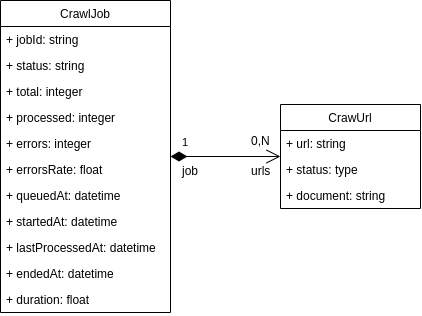
Earlier version of the draw.io export doc/uml-classes.png (Alahel/bulk-crawling). Source tidied: cells renumbered, new cells last; positions are measured from the earlier drawing's top-left corner, leaving out a move shared by most shapes. Source of this version:
```xml
<mxGraphModel>
  <root>
    <mxCell id="0" />
    <mxCell id="1" parent="0" />
    <mxCell id="2" value="CrawUrl" style="swimlane;fontStyle=0;horizontal=1;startSize=26;fillColor=none;" parent="1" vertex="1">
      <mxGeometry x="280" y="104" width="140" height="104" as="geometry" />
    </mxCell>
    <mxCell id="3" value="+ url: string" style="text;strokeColor=none;fillColor=none;align=left;verticalAlign=top;spacingLeft=4;spacingRight=4;overflow=hidden;" parent="2" vertex="1">
      <mxGeometry y="26" width="140" height="26" as="geometry" />
    </mxCell>
    <mxCell id="4" value="+ status: type" style="text;strokeColor=none;fillColor=none;align=left;verticalAlign=top;spacingLeft=4;spacingRight=4;overflow=hidden;" parent="2" vertex="1">
      <mxGeometry y="52" width="140" height="26" as="geometry" />
    </mxCell>
    <mxCell id="5" value="+ document: string" style="text;strokeColor=none;fillColor=none;align=left;verticalAlign=top;spacingLeft=4;spacingRight=4;overflow=hidden;" parent="2" vertex="1">
      <mxGeometry y="78" width="140" height="26" as="geometry" />
    </mxCell>
    <mxCell id="6" value="CrawlJob" style="swimlane;fontStyle=0;horizontal=1;startSize=26;fillColor=none;" parent="1" vertex="1">
      <mxGeometry width="170" height="312" as="geometry" />
    </mxCell>
    <mxCell id="7" value="+ jobId: string" style="text;strokeColor=none;fillColor=none;align=left;verticalAlign=top;spacingLeft=4;spacingRight=4;overflow=hidden;" parent="6" vertex="1">
      <mxGeometry y="26" width="170" height="26" as="geometry" />
    </mxCell>
    <mxCell id="8" value="+ status: string" style="text;strokeColor=none;fillColor=none;align=left;verticalAlign=top;spacingLeft=4;spacingRight=4;overflow=hidden;" parent="6" vertex="1">
      <mxGeometry y="52" width="170" height="26" as="geometry" />
    </mxCell>
    <mxCell id="9" value="+ total: integer" style="text;strokeColor=none;fillColor=none;align=left;verticalAlign=top;spacingLeft=4;spacingRight=4;overflow=hidden;" parent="6" vertex="1">
      <mxGeometry y="78" width="170" height="26" as="geometry" />
    </mxCell>
    <mxCell id="10" value="+ processed: integer" style="text;strokeColor=none;fillColor=none;align=left;verticalAlign=top;spacingLeft=4;spacingRight=4;overflow=hidden;" parent="6" vertex="1">
      <mxGeometry y="104" width="170" height="26" as="geometry" />
    </mxCell>
    <mxCell id="11" value="+ errors: integer" style="text;strokeColor=none;fillColor=none;align=left;verticalAlign=top;spacingLeft=4;spacingRight=4;overflow=hidden;" parent="6" vertex="1">
      <mxGeometry y="130" width="170" height="26" as="geometry" />
    </mxCell>
    <mxCell id="12" value="+ errorsRate: float" style="text;strokeColor=none;fillColor=none;align=left;verticalAlign=top;spacingLeft=4;spacingRight=4;overflow=hidden;" parent="6" vertex="1">
      <mxGeometry y="156" width="170" height="26" as="geometry" />
    </mxCell>
    <mxCell id="13" value="+ queuedAt: datetime" style="text;strokeColor=none;fillColor=none;align=left;verticalAlign=top;spacingLeft=4;spacingRight=4;overflow=hidden;" parent="6" vertex="1">
      <mxGeometry y="182" width="170" height="26" as="geometry" />
    </mxCell>
    <mxCell id="14" value="+ startedAt: datetime" style="text;strokeColor=none;fillColor=none;align=left;verticalAlign=top;spacingLeft=4;spacingRight=4;overflow=hidden;" parent="6" vertex="1">
      <mxGeometry y="208" width="170" height="26" as="geometry" />
    </mxCell>
    <mxCell id="15" value="+ lastProcessedAt: datetime" style="text;strokeColor=none;fillColor=none;align=left;verticalAlign=top;spacingLeft=4;spacingRight=4;overflow=hidden;" parent="6" vertex="1">
      <mxGeometry y="234" width="170" height="26" as="geometry" />
    </mxCell>
    <mxCell id="16" value="+ endedAt: datetime" style="text;strokeColor=none;fillColor=none;align=left;verticalAlign=top;spacingLeft=4;spacingRight=4;overflow=hidden;" parent="6" vertex="1">
      <mxGeometry y="260" width="170" height="26" as="geometry" />
    </mxCell>
    <mxCell id="17" value="+ duration: float" style="text;strokeColor=none;fillColor=none;align=left;verticalAlign=top;spacingLeft=4;spacingRight=4;overflow=hidden;" parent="6" vertex="1">
      <mxGeometry y="286" width="170" height="26" as="geometry" />
    </mxCell>
    <mxCell id="18" value="1" style="endArrow=open;html=1;endSize=12;startArrow=diamondThin;startSize=14;startFill=1;edgeStyle=orthogonalEdgeStyle;align=left;verticalAlign=bottom;" parent="1" edge="1" source="6" target="2">
      <mxGeometry x="-0.82" y="6" relative="1" as="geometry" />
    </mxCell>
    <mxCell id="19" value="0,N" style="text;html=1;align=center;verticalAlign=middle;labelBackgroundColor=#ffffff;" parent="18" vertex="1">
      <mxGeometry x="0.84" y="5" relative="1" as="geometry">
        <mxPoint x="-10.5" y="-11" as="offset" />
      </mxGeometry>
    </mxCell>
    <mxCell id="20" value="urls" style="text;html=1;align=center;verticalAlign=middle;labelBackgroundColor=#ffffff;" parent="18" vertex="1">
      <mxGeometry x="0.76" y="-1" relative="1" as="geometry">
        <mxPoint x="-6.5" y="13" as="offset" />
      </mxGeometry>
    </mxCell>
    <mxCell id="21" value="job" style="text;html=1;align=center;verticalAlign=middle;labelBackgroundColor=#ffffff;" parent="18" vertex="1">
      <mxGeometry x="-0.81" y="-1" relative="1" as="geometry">
        <mxPoint x="9.5" y="13" as="offset" />
      </mxGeometry>
    </mxCell>
  </root>
</mxGraphModel>
```
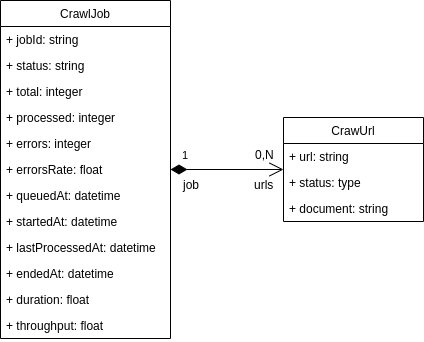
After the change.

The edit, as a diff of the source:
```diff
@@ -3,7 +3,7 @@
     <mxCell id="0" />
     <mxCell id="1" parent="0" />
     <mxCell id="2" value="CrawUrl" style="swimlane;fontStyle=0;horizontal=1;startSize=26;fillColor=none;" parent="1" vertex="1">
-      <mxGeometry x="280" y="104" width="140" height="104" as="geometry" />
+      <mxGeometry x="283" y="117" width="140" height="104" as="geometry" />
     </mxCell>
     <mxCell id="3" value="+ url: string" style="text;strokeColor=none;fillColor=none;align=left;verticalAlign=top;spacingLeft=4;spacingRight=4;overflow=hidden;" parent="2" vertex="1">
       <mxGeometry y="26" width="140" height="26" as="geometry" />
@@ -15,7 +15,7 @@
       <mxGeometry y="78" width="140" height="26" as="geometry" />
     </mxCell>
     <mxCell id="6" value="CrawlJob" style="swimlane;fontStyle=0;horizontal=1;startSize=26;fillColor=none;" parent="1" vertex="1">
-      <mxGeometry width="170" height="312" as="geometry" />
+      <mxGeometry width="170" height="338" as="geometry" />
     </mxCell>
     <mxCell id="7" value="+ jobId: string" style="text;strokeColor=none;fillColor=none;align=left;verticalAlign=top;spacingLeft=4;spacingRight=4;overflow=hidden;" parent="6" vertex="1">
       <mxGeometry y="26" width="170" height="26" as="geometry" />
@@ -50,6 +50,9 @@
     <mxCell id="17" value="+ duration: float" style="text;strokeColor=none;fillColor=none;align=left;verticalAlign=top;spacingLeft=4;spacingRight=4;overflow=hidden;" parent="6" vertex="1">
       <mxGeometry y="286" width="170" height="26" as="geometry" />
     </mxCell>
+    <mxCell id="22" value="+ throughput: float" style="text;strokeColor=none;fillColor=none;align=left;verticalAlign=top;spacingLeft=4;spacingRight=4;overflow=hidden;" parent="6" vertex="1">
+      <mxGeometry y="312" width="170" height="26" as="geometry" />
+    </mxCell>
     <mxCell id="18" value="1" style="endArrow=open;html=1;endSize=12;startArrow=diamondThin;startSize=14;startFill=1;edgeStyle=orthogonalEdgeStyle;align=left;verticalAlign=bottom;" parent="1" edge="1" source="6" target="2">
       <mxGeometry x="-0.82" y="6" relative="1" as="geometry" />
     </mxCell>
```
